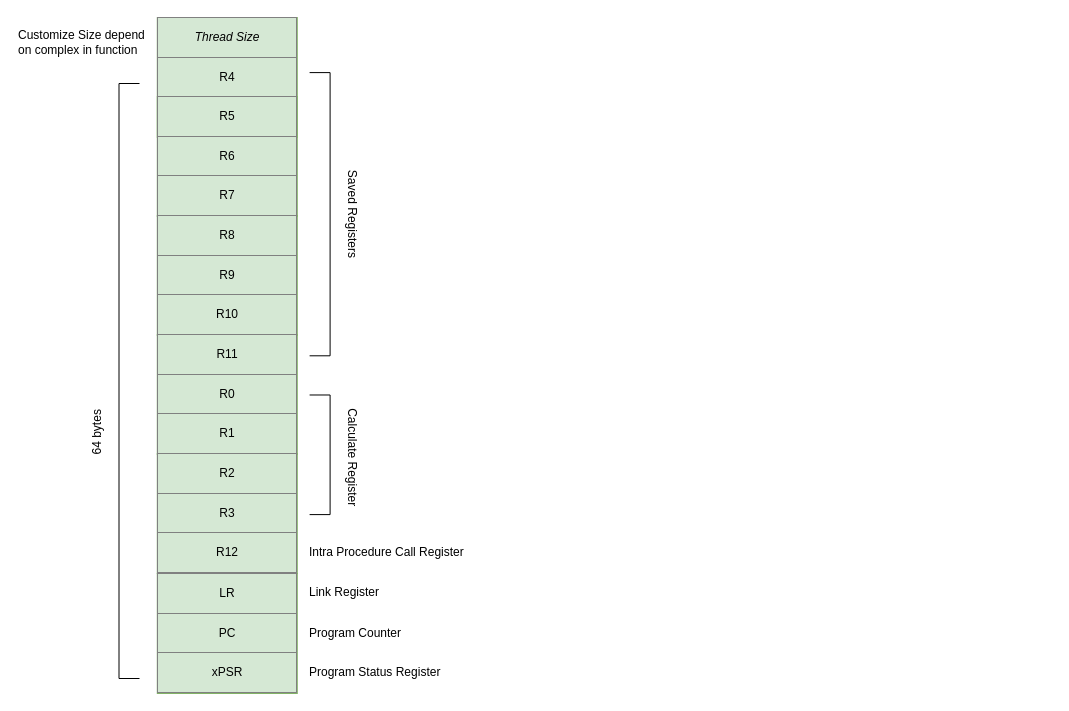
Before: MiROS.drawio in dovantuan02/squence_diagram, a draw.io diagram. Source tidied: cells renumbered, new cells numbered last; positions are measured from the earlier drawing's top-left corner, leaving out a move shared by most shapes. Both pictures are drawn from the tidied source at 100%, with x=0, y=0 at pixel (-169, 17).
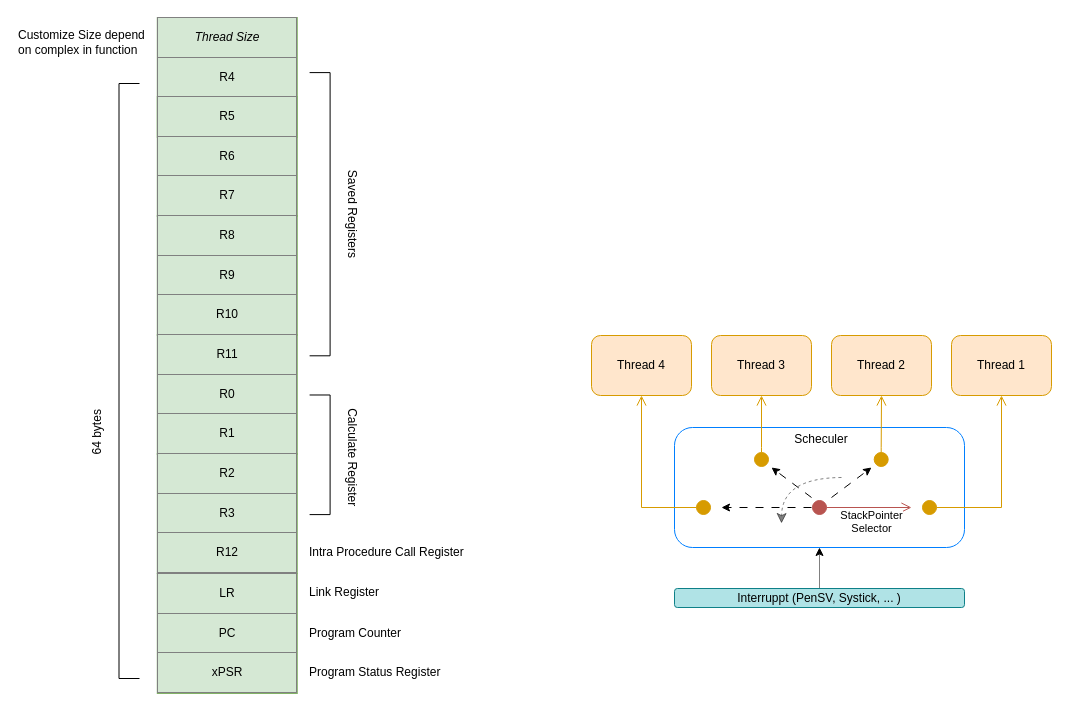
After the change.

The edit, as a diff of the source:
```diff
@@
+    <mxCell id="19" style="rounded=1;whiteSpace=wrap;html=1;strokeColor=light-dark(#007FFF,#EDEDED);glass=0;" parent="1" vertex="1">
+      <mxGeometry x="843" y="410" width="290" height="120" as="geometry" />
+    </mxCell>
@@
+    <mxCell id="20" value="Thread 4" style="rounded=1;whiteSpace=wrap;html=1;fillColor=#ffe6cc;strokeColor=#d79b00;" parent="1" vertex="1">
+      <mxGeometry x="760" y="318" width="100" height="60" as="geometry" />
+    </mxCell>
+    <mxCell id="21" value="Thread 3" style="rounded=1;whiteSpace=wrap;html=1;fillColor=#ffe6cc;strokeColor=#d79b00;" parent="1" vertex="1">
+      <mxGeometry x="880" y="318" width="100" height="60" as="geometry" />
+    </mxCell>
+    <mxCell id="22" value="Thread 2" style="rounded=1;whiteSpace=wrap;html=1;fillColor=#ffe6cc;strokeColor=#d79b00;" parent="1" vertex="1">
+      <mxGeometry x="1000" y="318" width="100" height="60" as="geometry" />
+    </mxCell>
+    <mxCell id="23" value="Thread 1" style="rounded=1;whiteSpace=wrap;html=1;fillColor=#ffe6cc;strokeColor=#d79b00;" parent="1" vertex="1">
+      <mxGeometry x="1120" y="318" width="100" height="60" as="geometry" />
+    </mxCell>
+    <mxCell id="24" style="html=1;verticalAlign=bottom;startArrow=circle;startFill=1;endArrow=open;startSize=6;endSize=8;curved=0;rounded=0;entryX=0.5;entryY=1;entryDx=0;entryDy=0;fillColor=#ffe6cc;strokeColor=#d79b00;" parent="1" edge="1" target="20">
+      <mxGeometry relative="1" as="geometry">
+        <mxPoint x="880" y="490" as="sourcePoint" />
+        <Array as="points">
+          <mxPoint x="810" y="490" />
+        </Array>
+      </mxGeometry>
+    </mxCell>
+    <mxCell id="25" style="html=1;verticalAlign=bottom;startArrow=circle;startFill=1;endArrow=open;startSize=6;endSize=8;curved=0;rounded=0;fillColor=#ffe6cc;strokeColor=#d79b00;entryX=0.5;entryY=1;entryDx=0;entryDy=0;" parent="1" edge="1" target="21">
+      <mxGeometry relative="1" as="geometry">
+        <mxPoint x="930" y="450" as="sourcePoint" />
+        <Array as="points">
+          <mxPoint x="930" y="430" />
+        </Array>
+      </mxGeometry>
+    </mxCell>
+    <mxCell id="26" style="html=1;verticalAlign=bottom;startArrow=circle;startFill=1;endArrow=open;startSize=6;endSize=8;curved=0;rounded=0;fillColor=#ffe6cc;strokeColor=#d79b00;entryX=0.5;entryY=1;entryDx=0;entryDy=0;" parent="1" edge="1" target="22">
+      <mxGeometry relative="1" as="geometry">
+        <mxPoint x="1049.7" y="450" as="sourcePoint" />
+        <Array as="points">
+          <mxPoint x="1049.7" y="430" />
+        </Array>
+      </mxGeometry>
+    </mxCell>
+    <mxCell id="27" style="html=1;verticalAlign=bottom;startArrow=circle;startFill=1;endArrow=open;startSize=6;endSize=8;curved=0;rounded=0;fillColor=#ffe6cc;strokeColor=#d79b00;entryX=0.5;entryY=1;entryDx=0;entryDy=0;flowAnimation=1;" parent="1" edge="1" target="23">
+      <mxGeometry relative="1" as="geometry">
+        <mxPoint x="1090" y="490" as="sourcePoint" />
+        <Array as="points">
+          <mxPoint x="1170" y="490" />
+        </Array>
+      </mxGeometry>
+    </mxCell>
+    <mxCell id="28" value="&lt;span style=&quot;background-color: light-dark(#ffffff, var(--ge-dark-color, #121212));&quot;&gt;StackPointer &lt;br&gt;Selector&lt;/span&gt;" style="html=1;verticalAlign=bottom;startArrow=circle;startFill=1;endArrow=open;startSize=6;endSize=8;curved=0;rounded=0;fillColor=#f8cecc;strokeColor=#b85450;flowAnimation=1;" parent="1" edge="1">
+      <mxGeometry x="0.2" y="-30" relative="1" as="geometry">
+        <mxPoint x="980" y="490" as="sourcePoint" />
+        <mxPoint x="1080" y="490" as="targetPoint" />
+      </mxGeometry>
+    </mxCell>
+    <mxCell id="29" style="endArrow=classic;html=1;rounded=0;dashed=1;dashPattern=8 8;flowAnimation=0;" parent="1" edge="1">
+      <mxGeometry relative="1" as="geometry">
+        <mxPoint x="1000" y="480" as="sourcePoint" />
+        <mxPoint x="1040" y="450" as="targetPoint" />
+      </mxGeometry>
+    </mxCell>
+    <mxCell id="30" style="endArrow=classic;html=1;rounded=0;dashed=1;dashPattern=8 8;flowAnimation=0;" parent="1" edge="1">
+      <mxGeometry relative="1" as="geometry">
+        <mxPoint x="980" y="480" as="sourcePoint" />
+        <mxPoint x="940" y="450" as="targetPoint" />
+      </mxGeometry>
+    </mxCell>
+    <mxCell id="31" style="endArrow=classic;html=1;rounded=0;dashed=1;dashPattern=8 8;flowAnimation=0;" parent="1" edge="1">
+      <mxGeometry relative="1" as="geometry">
+        <mxPoint x="980" y="490" as="sourcePoint" />
+        <mxPoint x="890" y="490" as="targetPoint" />
+      </mxGeometry>
+    </mxCell>
+    <mxCell id="32" style="edgeStyle=orthogonalEdgeStyle;endArrow=classic;html=1;curved=1;rounded=0;endSize=8;startSize=8;dashed=1;opacity=50;shadow=0;flowAnimation=1;" parent="1" edge="1">
+      <mxGeometry relative="1" as="geometry">
+        <mxPoint x="1010" y="460" as="sourcePoint" />
+        <mxPoint x="950" y="506" as="targetPoint" />
+      </mxGeometry>
+    </mxCell>
+    <mxCell id="33" value="Scheculer" style="text;html=1;align=center;verticalAlign=middle;whiteSpace=wrap;rounded=0;" parent="1" vertex="1">
+      <mxGeometry x="960" y="407" width="60" height="30" as="geometry" />
+    </mxCell>
+    <mxCell id="34" style="edgeStyle=orthogonalEdgeStyle;rounded=0;jettySize=auto;html=1;entryX=0.5;entryY=1;entryDx=0;entryDy=0;dashed=1;dashPattern=1 1;" parent="1" edge="1" source="35" target="19">
+      <mxGeometry relative="1" as="geometry" />
+    </mxCell>
+    <mxCell id="35" value="Interruppt (PenSV, Systick, ... )" style="rounded=1;whiteSpace=wrap;html=1;fillColor=#b0e3e6;strokeColor=#0e8088;" parent="1" vertex="1">
+      <mxGeometry x="843" y="571" width="290" height="19" as="geometry" />
+    </mxCell>
```
